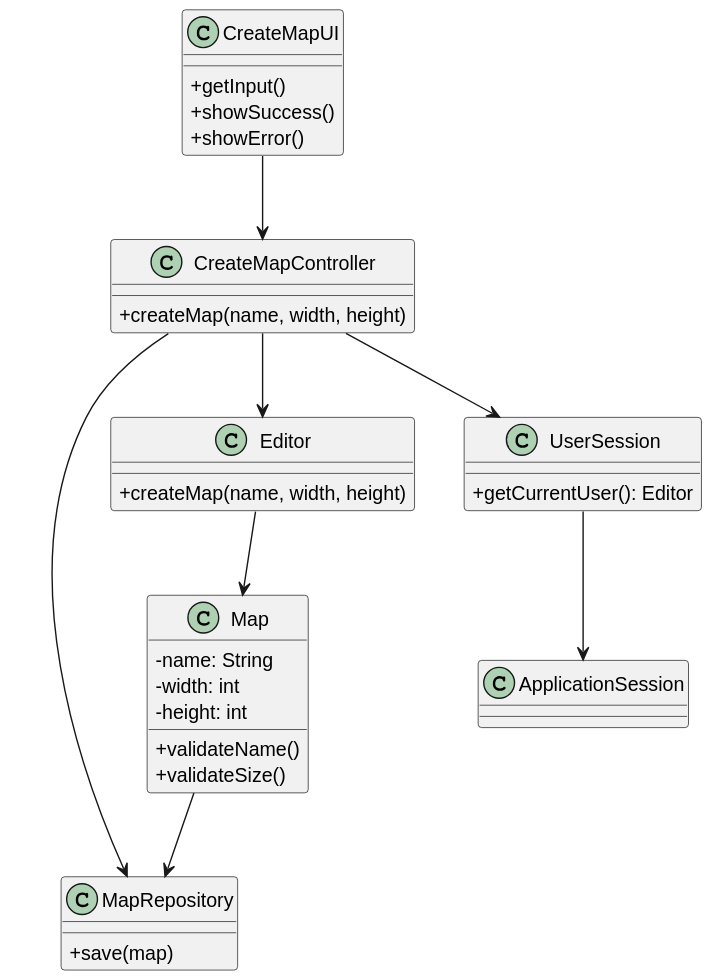
Above: docs/sprint2/us001/03.design/svg/us001-class-diagram.svg in ivasduarte/all-aboard (PlantUML), before the change.
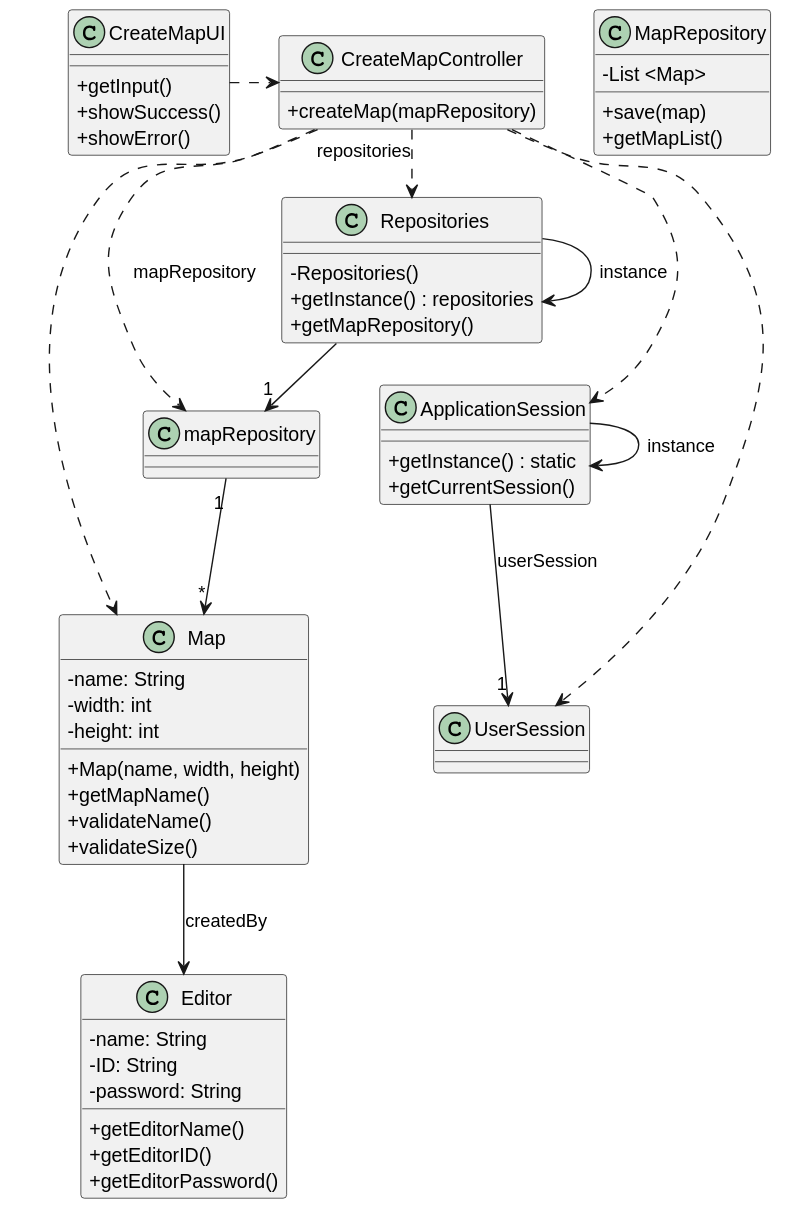
After the change.

Commit message:
US001(docs): complete redo of class diagram + svg

Change to the diagram source:
```diff
@@ -8,7 +8,7 @@
 }
 
 class CreateMapController {
-    +createMap(name, width, height)
+    +createMap(mapRepository)
 }
 
 class MapRepository {
@@ -16,29 +16,58 @@
 }
 
 class Editor {
-    +createMap(name, width, height)
+    -name: String
+    -ID: String
+    -password: String
+    +getEditorName()
+    +getEditorID()
+    +getEditorPassword()
 }
 
 class Map {
     -name: String
     -width: int
     -height: int
+    +Map(name, width, height)
+    +getMapName()
     +validateName()
     +validateSize()
 }
 
-class ApplicationSession
-
-class UserSession {
-    +getCurrentUser(): Editor
+class MapRepository {
+    -List <Map>
+    +getMapList()
 }
 
-CreateMapUI --> CreateMapController
-CreateMapController --> UserSession
-CreateMapController --> MapRepository
-CreateMapController --> Editor
-Editor --> Map
-Map --> MapRepository
+class Repositories {
+    -Repositories()
+    +getInstance() : repositories
+    +getMapRepository()
+}
 
-UserSession --> ApplicationSession
+class ApplicationSession {
+    +getInstance() : static
+    +getCurrentSession()
+}
+
+class UserSession {}
+
+Repositories -> Repositories : instance
+ApplicationSession -> ApplicationSession : instance
+
+CreateMapUI .> CreateMapController
+CreateMapController .> Repositories : repositories
+
+Repositories -> "1" mapRepository
+CreateMapController ..> Map
+CreateMapController ..> mapRepository : mapRepository
+
+ApplicationSession --> "1" UserSession : userSession
+
+CreateMapController ..> ApplicationSession
+CreateMapController ..> UserSession
+
+mapRepository "1" --> "*" Map
+
+Map --> Editor : createdBy
 @enduml
```
